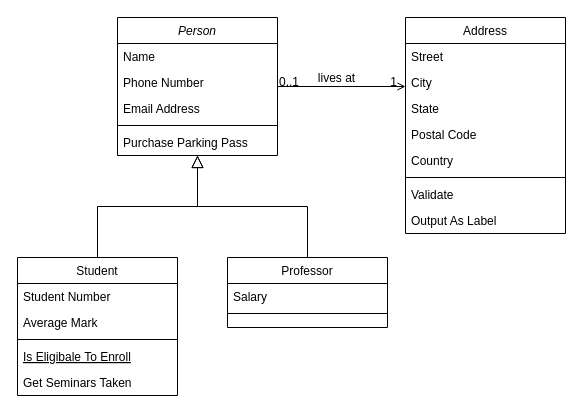
Earlier version of the draw.io diagram Exercise1ClassDiagram.drawio (Nazarifah/week2ClassDiagram). Source tidied: cells renumbered, new cells numbered last; positions are measured from the earlier drawing's top-left corner, leaving out a move shared by most shapes. Both pictures are drawn from the tidied source at 100%, with x=0, y=0 at pixel (17, 17).
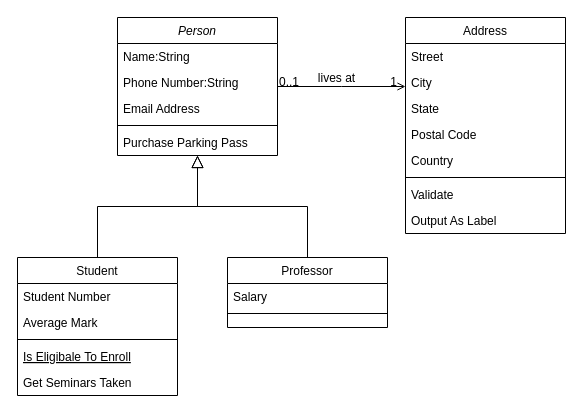
Above is the later version.

The change refers to these unchanged cells:
```xml
<mxCell id="2" value="Person" style="swimlane;fontStyle=2;align=center;verticalAlign=top;horizontal=1;startSize=26;rounded=0;shadow=0;strokeWidth=1;" parent="1" vertex="1">
  <mxGeometry x="100" width="160" height="138" as="geometry" />
</mxCell>
```

Change to the diagram source:
```diff
@@
-    <mxCell id="3" value="Name" style="text;align=left;verticalAlign=top;spacingLeft=4;spacingRight=4;overflow=hidden;" parent="2" vertex="1">
+    <mxCell id="3" value="Name:String" style="text;align=left;verticalAlign=top;spacingLeft=4;spacingRight=4;overflow=hidden;" parent="2" vertex="1">
       <mxGeometry y="26" width="160" height="26" as="geometry" />
     </mxCell>
-    <mxCell id="4" value="Phone Number" style="text;align=left;verticalAlign=top;spacingLeft=4;spacingRight=4;overflow=hidden;rounded=0;shadow=0;html=0;" parent="2" vertex="1">
+    <mxCell id="4" value="Phone Number:String" style="text;align=left;verticalAlign=top;spacingLeft=4;spacingRight=4;overflow=hidden;rounded=0;shadow=0;html=0;" parent="2" vertex="1">
       <mxGeometry y="52" width="160" height="26" as="geometry" />
     </mxCell>
```
